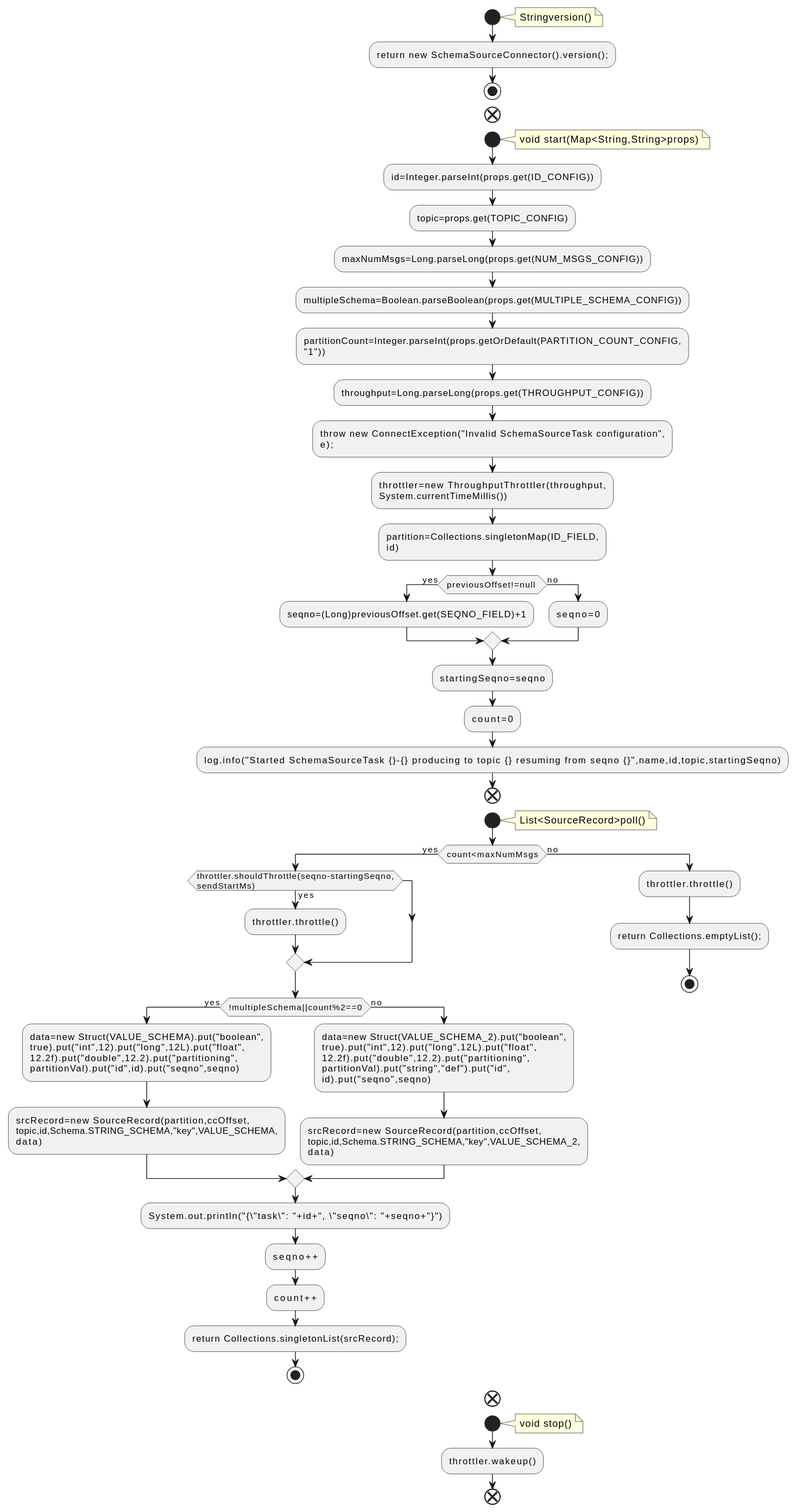
This is docs/qc/connect/runtime/src/main/java/org/apache/kafka/connect/tools/SchemaSourceTask.java.fct.svg from qualitesys/kafka, a PlantUML export, as it was before one commit.
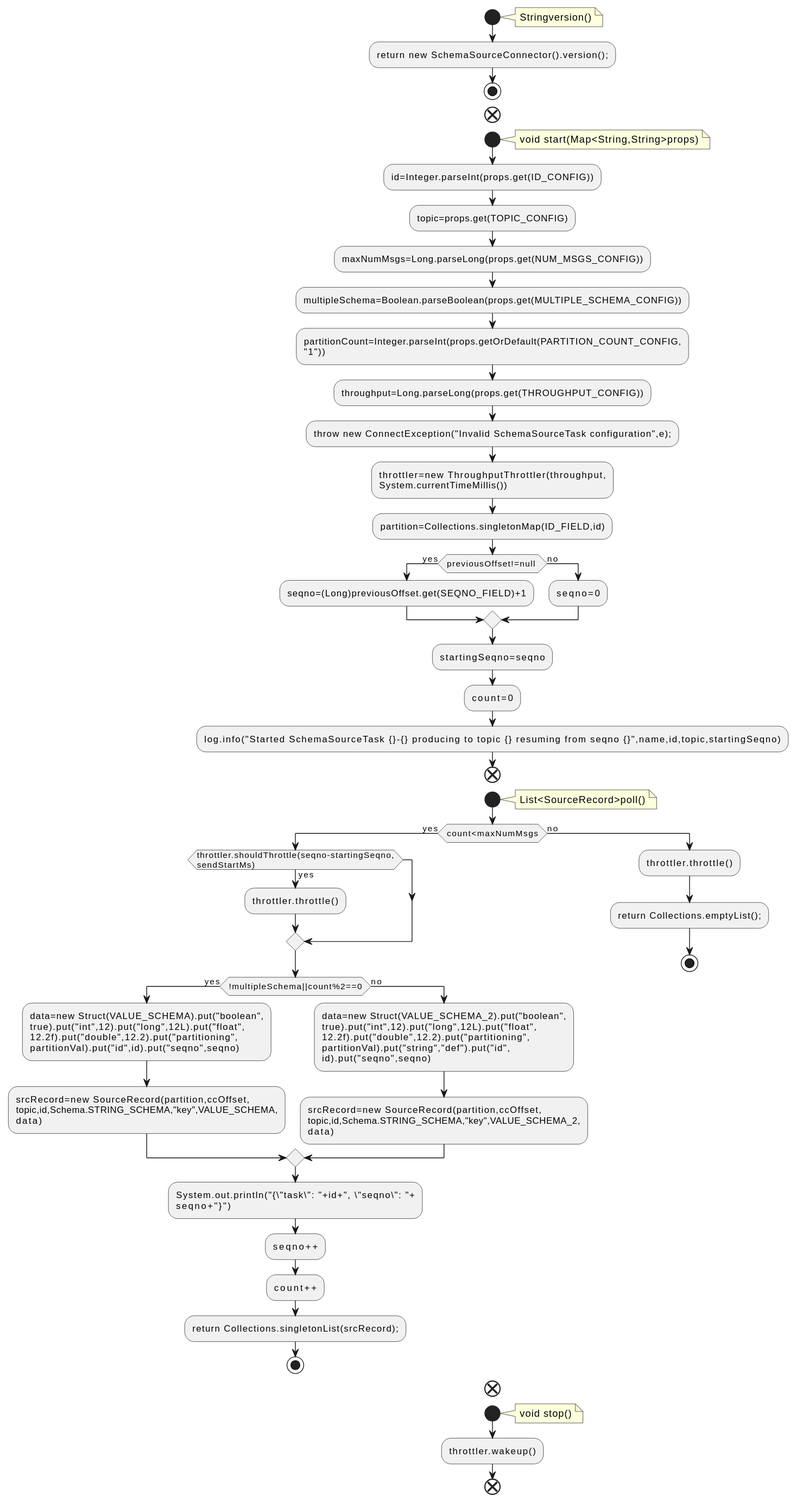
The same file after the commit.

What changed in the source:
```diff
@@ -18,12 +18,10 @@
 :partitionCount=Integer.parseInt(props.getOrDefault(PARTITION_COUNT_CONFIG,
 "1"));
 :throughput=Long.parseLong(props.get(THROUGHPUT_CONFIG));
-:throw new ConnectException("Invalid SchemaSourceTask configuration",
-e);;
+:throw new ConnectException("Invalid SchemaSourceTask configuration",e);;
 :throttler=new ThroughputThrottler(throughput,
 System.currentTimeMillis());
-:partition=Collections.singletonMap(ID_FIELD,
-id);
+:partition=Collections.singletonMap(ID_FIELD,id);
 if (previousOffset!=null ) then (yes)
 :seqno=(Long)previousOffset.get(SEQNO_FIELD)+1;
 else (no)
@@ -60,7 +58,8 @@
 topic,id,Schema.STRING_SCHEMA,"key",VALUE_SCHEMA_2,
 data);
 endif
-:System.out.println("{\"task\": "+id+", \"seqno\": "+seqno+"}");
+:System.out.println("{\"task\": "+id+", \"seqno\": "+
+seqno+"}");
 :seqno++;
 :count++;
 :return Collections.singletonList(srcRecord);;
```
